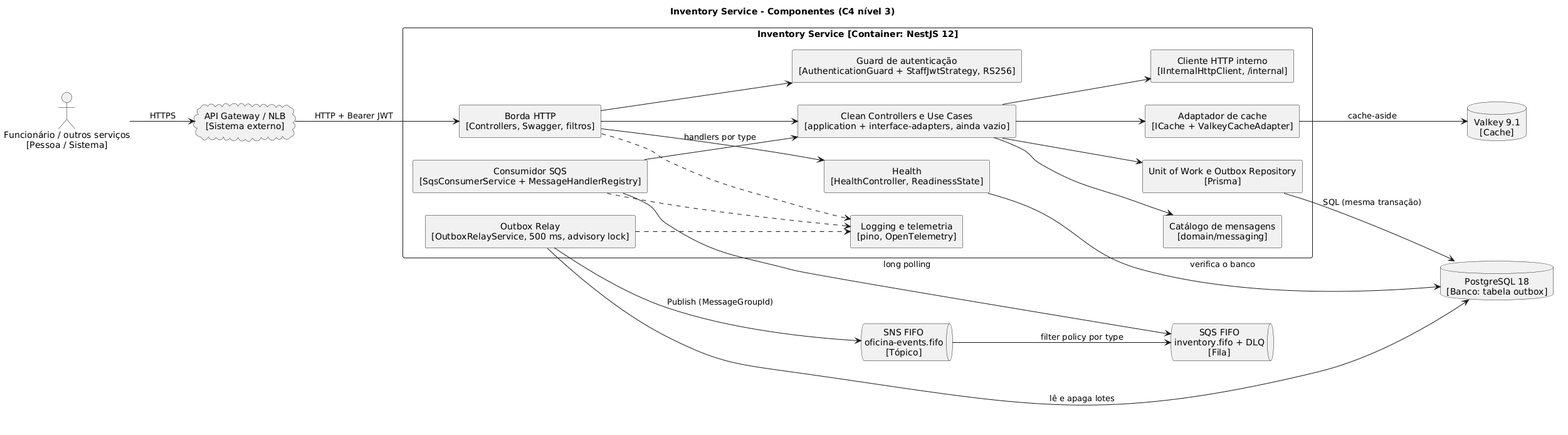
Before: docs/c4/images/c4-component.png, a diagram exported from PlantUML (FIAP-15SOAT/oficina-mecanica-inventory-service).
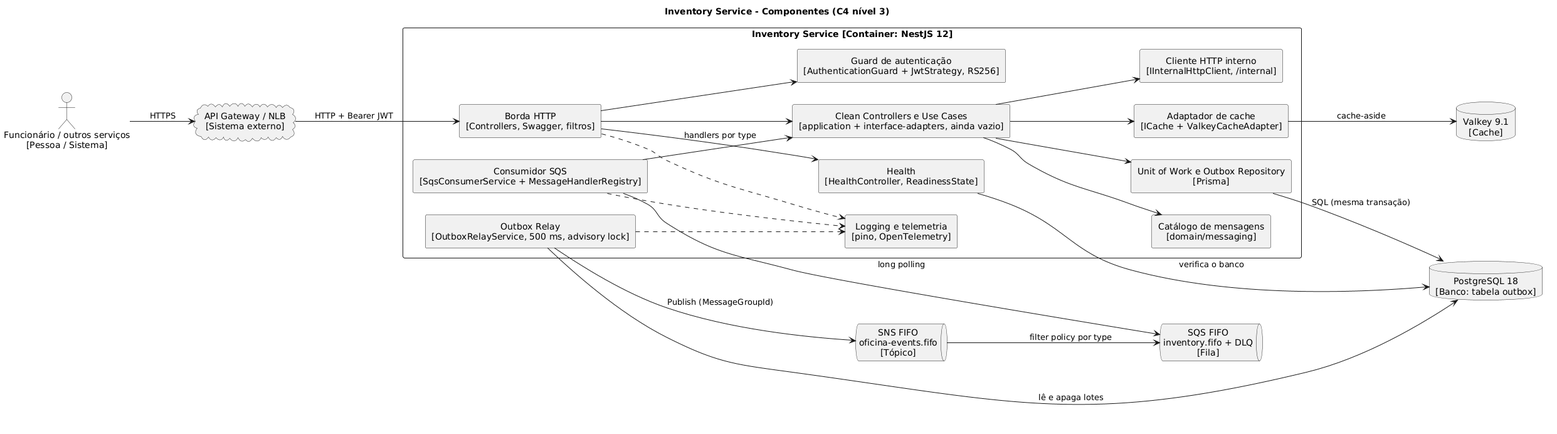
The same diagram one commit later.

Diff of the diagram source:
```diff
@@ -14,7 +14,7 @@
 
 rectangle "Inventory Service [Container: NestJS 12]" {
   component "Borda HTTP\n[Controllers, Swagger, filtros]" as http
-  component "Guard de autenticação\n[AuthenticationGuard + StaffJwtStrategy, RS256]" as guard
+  component "Guard de autenticação\n[AuthenticationGuard + JwtStrategy, RS256]" as guard
   component "Health\n[HealthController, ReadinessState]" as health
   component "Clean Controllers e Use Cases\n[application + interface-adapters, ainda vazio]" as usecases
   component "Catálogo de mensagens\n[domain/messaging]" as catalog
```
